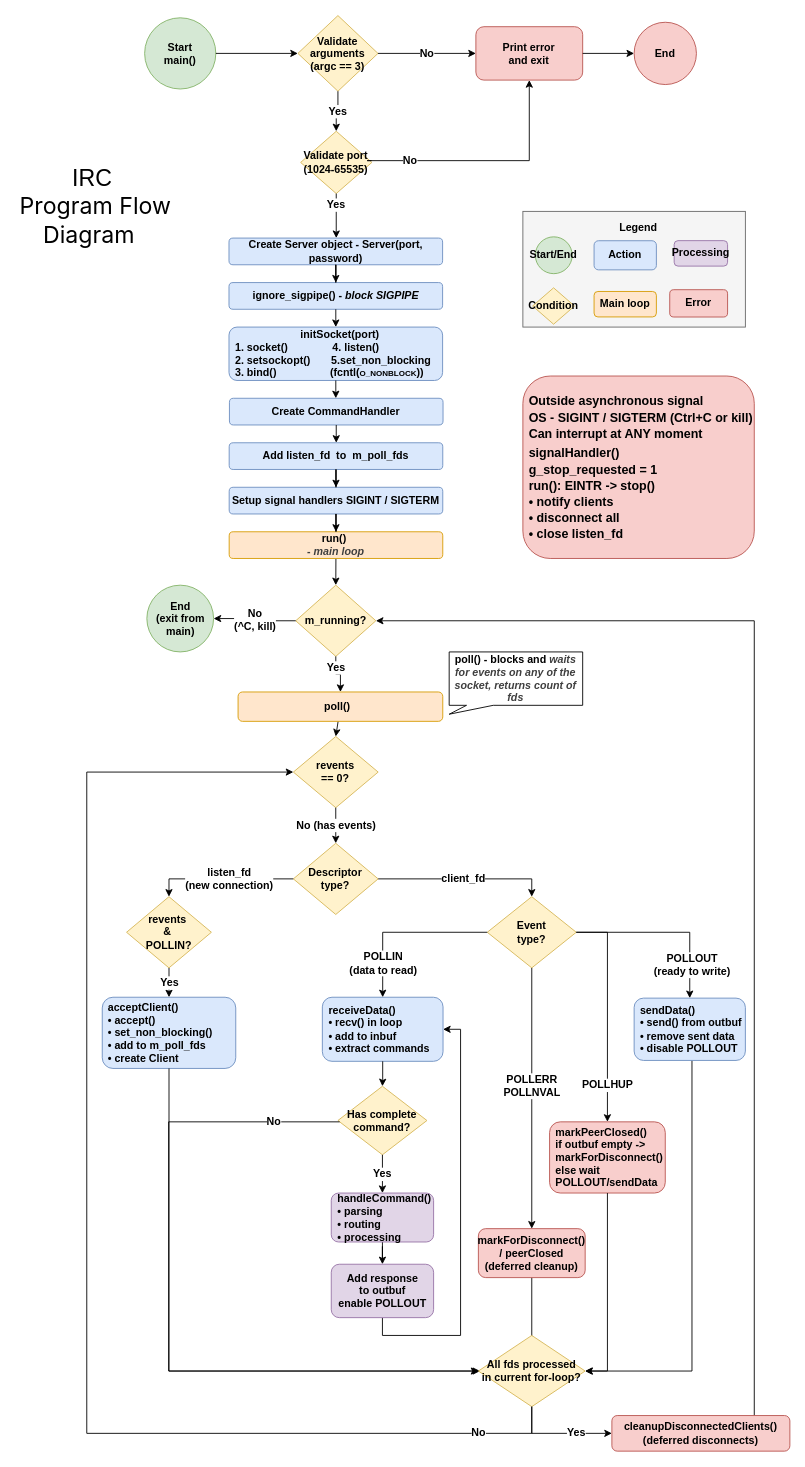
The draw.io diagram help_files/irc_flow.drawio in bolsakova/ft_irc, before the edit. Source tidied: cells renumbered, new cells numbered last; positions are measured from the earlier drawing's top-left corner, leaving out a move shared by most shapes. Both pictures are drawn from the tidied source at 89%, with x=0, y=0 at pixel (15, 15).
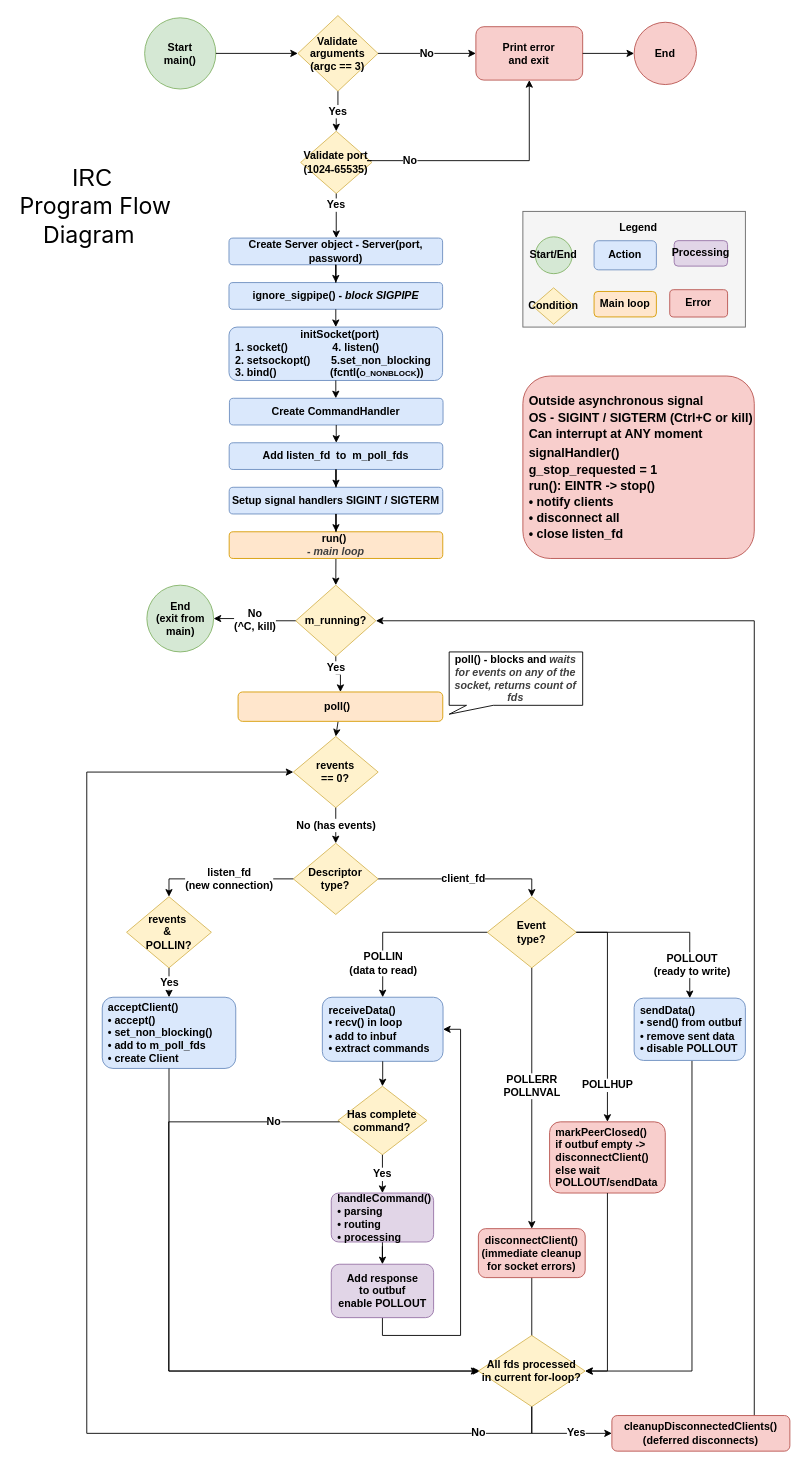
The same page after the edit.

The edit, as a diff of the source:
```diff
@@
-    <mxCell id="38" value="markForDisconnect()&#10;/ peerClosed&#10;(deferred cleanup)" style="rounded=1;whiteSpace=wrap;html=1;fillColor=#f8cecc;strokeColor=#b85450;fontSize=12;fontStyle=1;fontFamily=Helvetica;" parent="1" vertex="1">
+    <mxCell id="38" value="disconnectClient()&#10;(immediate cleanup&#10;for socket errors)" style="rounded=1;whiteSpace=wrap;html=1;fillColor=#f8cecc;strokeColor=#b85450;fontSize=12;fontStyle=1;fontFamily=Helvetica;" parent="1" vertex="1">
       <mxGeometry x="520" y="1363" width="120" height="55" as="geometry" />
     </mxCell>
@@
-    <mxCell id="41" value="markPeerClosed()&#10;if outbuf empty -&gt;&#10;markForDisconnect()&#10;else wait POLLOUT/sendData" style="rounded=1;whiteSpace=wrap;html=1;fillColor=#f8cecc;strokeColor=#b85450;fontSize=12;align=left;spacingLeft=5;fontStyle=1;fontFamily=Helvetica;" parent="1" vertex="1">
+    <mxCell id="41" value="markPeerClosed()&#10;if outbuf empty -&gt;&#10;disconnectClient()&#10;else wait POLLOUT/sendData" style="rounded=1;whiteSpace=wrap;html=1;fillColor=#f8cecc;strokeColor=#b85450;fontSize=12;align=left;spacingLeft=5;fontStyle=1;fontFamily=Helvetica;" parent="1" vertex="1">
       <mxGeometry x="600" y="1243" width="130" height="80" as="geometry" />
     </mxCell>
```
